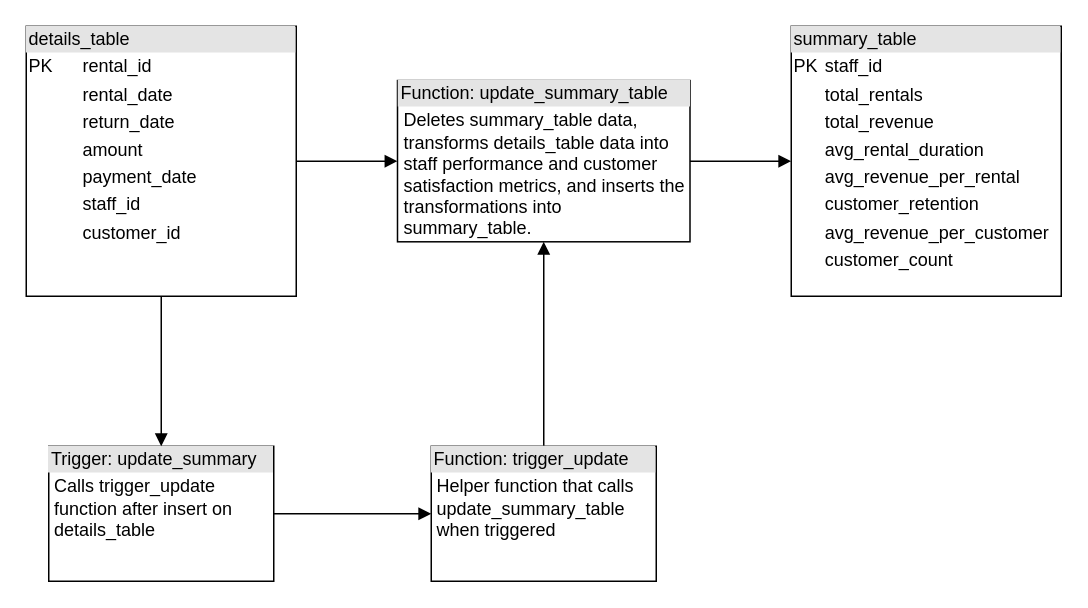
This is Tables Diagram.drawio from timjavins/WGU-D191--Advanced-Data-Management--VDM2, a draw.io file, before an edit. Source tidied: cells renumbered, new cells numbered last; positions are measured from the earlier drawing's top-left corner, leaving out a move shared by most shapes. Both pictures are drawn from the tidied source at 150%, with x=0, y=0 at pixel (26, 26).
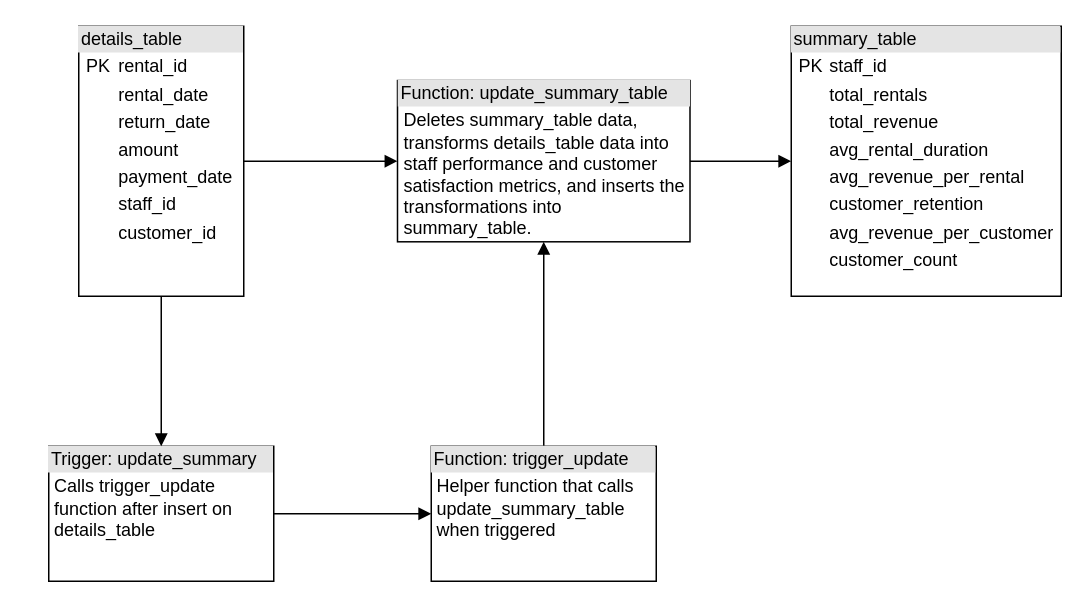
The same page after the edit.

Diff of the diagram source:
```diff
@@
 <mxGraphModel>
   <root>
     <mxCell id="0" />
     <mxCell id="1" parent="0" />
-    <mxCell id="2" value="&lt;div style=&quot;box-sizing:border-box;width:100%;background:#e4e4e4;padding:2px;&quot;&gt;details_table&lt;/div&gt;&lt;table style=&quot;width:100%;font-size:1em;&quot; cellpadding=&quot;2&quot; cellspacing=&quot;0&quot;&gt;&lt;tbody&gt;&lt;tr&gt;&lt;td&gt;PK&lt;/td&gt;&lt;td&gt;rental_id&lt;/td&gt;&lt;/tr&gt;&lt;tr&gt;&lt;td&gt;&lt;/td&gt;&lt;td&gt;rental_date&lt;/td&gt;&lt;/tr&gt;&lt;tr&gt;&lt;td&gt;&lt;/td&gt;&lt;td&gt;return_date&lt;/td&gt;&lt;/tr&gt;&lt;tr&gt;&lt;td&gt;&lt;/td&gt;&lt;td&gt;amount&lt;/td&gt;&lt;/tr&gt;&lt;tr&gt;&lt;td&gt;&lt;/td&gt;&lt;td&gt;payment_date&lt;/td&gt;&lt;/tr&gt;&lt;tr&gt;&lt;td&gt;&lt;/td&gt;&lt;td&gt;staff_id&lt;/td&gt;&lt;/tr&gt;&lt;tr&gt;&lt;td&gt;&lt;/td&gt;&lt;td&gt;customer_id&lt;/td&gt;&lt;/tr&gt;&lt;/tbody&gt;&lt;/table&gt;" style="verticalAlign=top;align=left;overflow=fill;html=1;whiteSpace=wrap;" parent="1" vertex="1">
-      <mxGeometry width="180" height="180" as="geometry" />
+    <mxCell id="2" value="&lt;div style=&quot;box-sizing:border-box;width:100%;background:#e4e4e4;padding:2px;&quot;&gt;details_table&lt;/div&gt;&lt;table style=&quot;width:100%;font-size:1em;&quot; cellpadding=&quot;2&quot; cellspacing=&quot;0&quot;&gt;&lt;tbody&gt;&lt;tr&gt;&lt;td&gt;&amp;nbsp;PK&lt;/td&gt;&lt;td&gt;rental_id&lt;/td&gt;&lt;/tr&gt;&lt;tr&gt;&lt;td&gt;&lt;/td&gt;&lt;td&gt;rental_date&lt;/td&gt;&lt;/tr&gt;&lt;tr&gt;&lt;td&gt;&lt;/td&gt;&lt;td&gt;return_date&lt;/td&gt;&lt;/tr&gt;&lt;tr&gt;&lt;td&gt;&lt;/td&gt;&lt;td&gt;amount&lt;/td&gt;&lt;/tr&gt;&lt;tr&gt;&lt;td&gt;&lt;/td&gt;&lt;td&gt;payment_date&lt;/td&gt;&lt;/tr&gt;&lt;tr&gt;&lt;td&gt;&lt;/td&gt;&lt;td&gt;staff_id&lt;/td&gt;&lt;/tr&gt;&lt;tr&gt;&lt;td&gt;&lt;/td&gt;&lt;td&gt;customer_id&lt;/td&gt;&lt;/tr&gt;&lt;/tbody&gt;&lt;/table&gt;" style="verticalAlign=top;align=left;overflow=fill;html=1;whiteSpace=wrap;" parent="1" vertex="1">
+      <mxGeometry x="35" width="110" height="180" as="geometry" />
     </mxCell>
-    <mxCell id="3" value="&lt;div style=&quot;box-sizing:border-box;width:100%;background:#e4e4e4;padding:2px;&quot;&gt;summary_table&lt;/div&gt;&lt;table style=&quot;width:100%;font-size:1em;&quot; cellpadding=&quot;2&quot; cellspacing=&quot;0&quot;&gt;&lt;tbody&gt;&lt;tr&gt;&lt;td&gt;PK&lt;/td&gt;&lt;td&gt;staff_id&lt;/td&gt;&lt;/tr&gt;&lt;tr&gt;&lt;td&gt;&lt;/td&gt;&lt;td&gt;total_rentals&lt;/td&gt;&lt;/tr&gt;&lt;tr&gt;&lt;td&gt;&lt;/td&gt;&lt;td&gt;total_revenue&lt;/td&gt;&lt;/tr&gt;&lt;tr&gt;&lt;td&gt;&lt;/td&gt;&lt;td&gt;avg_rental_duration&lt;br&gt;&lt;/td&gt;&lt;/tr&gt;&lt;tr&gt;&lt;td&gt;&lt;/td&gt;&lt;td&gt;avg_revenue_per_rental&lt;br&gt;&lt;/td&gt;&lt;/tr&gt;&lt;tr&gt;&lt;td&gt;&lt;/td&gt;&lt;td&gt;customer_retention&lt;/td&gt;&lt;/tr&gt;&lt;tr&gt;&lt;td&gt;&lt;/td&gt;&lt;td&gt;avg_revenue_per_customer&lt;br&gt;&lt;/td&gt;&lt;/tr&gt;&lt;tr&gt;&lt;td&gt;&lt;/td&gt;&lt;td&gt;customer_count&lt;br&gt;&lt;/td&gt;&lt;/tr&gt;&lt;tr&gt;&lt;td&gt;&lt;/td&gt;&lt;td&gt;&lt;br&gt;&lt;/td&gt;&lt;/tr&gt;&lt;/tbody&gt;&lt;/table&gt;" style="verticalAlign=top;align=left;overflow=fill;html=1;whiteSpace=wrap;" parent="1" vertex="1">
+    <mxCell id="3" value="&lt;div style=&quot;box-sizing:border-box;width:100%;background:#e4e4e4;padding:2px;&quot;&gt;summary_table&lt;/div&gt;&lt;table style=&quot;width:100%;font-size:1em;&quot; cellpadding=&quot;2&quot; cellspacing=&quot;0&quot;&gt;&lt;tbody&gt;&lt;tr&gt;&lt;td&gt;&amp;nbsp;PK&lt;/td&gt;&lt;td&gt;staff_id&lt;/td&gt;&lt;/tr&gt;&lt;tr&gt;&lt;td&gt;&lt;/td&gt;&lt;td&gt;total_rentals&lt;/td&gt;&lt;/tr&gt;&lt;tr&gt;&lt;td&gt;&lt;/td&gt;&lt;td&gt;total_revenue&lt;/td&gt;&lt;/tr&gt;&lt;tr&gt;&lt;td&gt;&lt;/td&gt;&lt;td&gt;avg_rental_duration&lt;br&gt;&lt;/td&gt;&lt;/tr&gt;&lt;tr&gt;&lt;td&gt;&lt;/td&gt;&lt;td&gt;avg_revenue_per_rental&lt;br&gt;&lt;/td&gt;&lt;/tr&gt;&lt;tr&gt;&lt;td&gt;&lt;/td&gt;&lt;td&gt;customer_retention&lt;/td&gt;&lt;/tr&gt;&lt;tr&gt;&lt;td&gt;&lt;/td&gt;&lt;td&gt;avg_revenue_per_customer&lt;br&gt;&lt;/td&gt;&lt;/tr&gt;&lt;tr&gt;&lt;td&gt;&lt;/td&gt;&lt;td&gt;customer_count&lt;br&gt;&lt;/td&gt;&lt;/tr&gt;&lt;tr&gt;&lt;td&gt;&lt;/td&gt;&lt;td&gt;&lt;br&gt;&lt;/td&gt;&lt;/tr&gt;&lt;/tbody&gt;&lt;/table&gt;" style="verticalAlign=top;align=left;overflow=fill;html=1;whiteSpace=wrap;spacingLeft=0;" parent="1" vertex="1">
       <mxGeometry x="510" width="180" height="180" as="geometry" />
     </mxCell>
     <mxCell id="4" value="&lt;div style=&quot;box-sizing:border-box;width:100%;background:#e4e4e4;padding:2px;&quot;&gt;Function: update_summary_table&lt;/div&gt;&lt;div style=&quot;padding-left: 4px; padding-top: 2px;&quot;&gt;Deletes summary_table data, t&lt;span style=&quot;background-color: initial;&quot;&gt;ransforms details_table data into staff performance and customer satisfaction metrics, and inserts the transformations into summary_table.&lt;/span&gt;&lt;/div&gt;" style="verticalAlign=top;align=left;overflow=fill;html=1;whiteSpace=wrap;spacingLeft=0;spacing=2;" parent="1" vertex="1">
       <mxGeometry x="247.5" y="36.2" width="195" height="107.5" as="geometry" />
     </mxCell>
     <mxCell id="5" value="&lt;div style=&quot;box-sizing:border-box;width:100%;background:#e4e4e4;padding:2px;&quot;&gt;Trigger: update_summary&lt;/div&gt;&lt;div style=&quot;padding-left: 4px; padding-top: 2px;&quot;&gt;Calls trigger_update function after insert on details_table&lt;/div&gt;" style="verticalAlign=top;align=left;overflow=fill;html=1;whiteSpace=wrap;" parent="1" vertex="1">
       <mxGeometry x="15" y="280" width="150" height="90" as="geometry" />
     </mxCell>
     <mxCell id="6" style="endArrow=block;html=1;edgeStyle=orthogonalEdgeStyle;rounded=0;entryX=0;entryY=0.5;entryDx=0;entryDy=0;" parent="1" edge="1" source="2" target="4">
       <mxGeometry relative="1" as="geometry" />
     </mxCell>
     <mxCell id="7" style="endArrow=block;html=1;edgeStyle=orthogonalEdgeStyle;rounded=0;" parent="1" edge="1" source="2" target="5">
       <mxGeometry relative="1" as="geometry" />
     </mxCell>
     <mxCell id="8" style="endArrow=block;html=1;edgeStyle=orthogonalEdgeStyle;rounded=0;entryX=0.5;entryY=1;entryDx=0;entryDy=0;" parent="1" edge="1" source="11" target="4">
       <mxGeometry relative="1" as="geometry" />
     </mxCell>
     <mxCell id="9" style="endArrow=block;html=1;edgeStyle=orthogonalEdgeStyle;rounded=0;exitX=1;exitY=0.5;exitDx=0;exitDy=0;" parent="1" edge="1" source="4" target="3">
       <mxGeometry relative="1" as="geometry" />
     </mxCell>
     <mxCell id="10" style="endArrow=block;html=1;edgeStyle=orthogonalEdgeStyle;rounded=0;entryX=0;entryY=0.5;entryDx=0;entryDy=0;" parent="1" edge="1" source="5" target="11">
       <mxGeometry relative="1" as="geometry" />
     </mxCell>
     <mxCell id="11" value="&lt;div style=&quot;box-sizing:border-box;width:100%;background:#e4e4e4;padding:2px;&quot;&gt;Function: trigger_update&lt;/div&gt;&lt;div style=&quot;padding-left: 4px; padding-top: 2px;&quot;&gt;Helper function that calls update_summary_table when triggered&lt;/div&gt;" style="verticalAlign=top;align=left;overflow=fill;html=1;whiteSpace=wrap;" parent="1" vertex="1">
       <mxGeometry x="270" y="280" width="150" height="90" as="geometry" />
     </mxCell>
   </root>
 </mxGraphModel>
```
